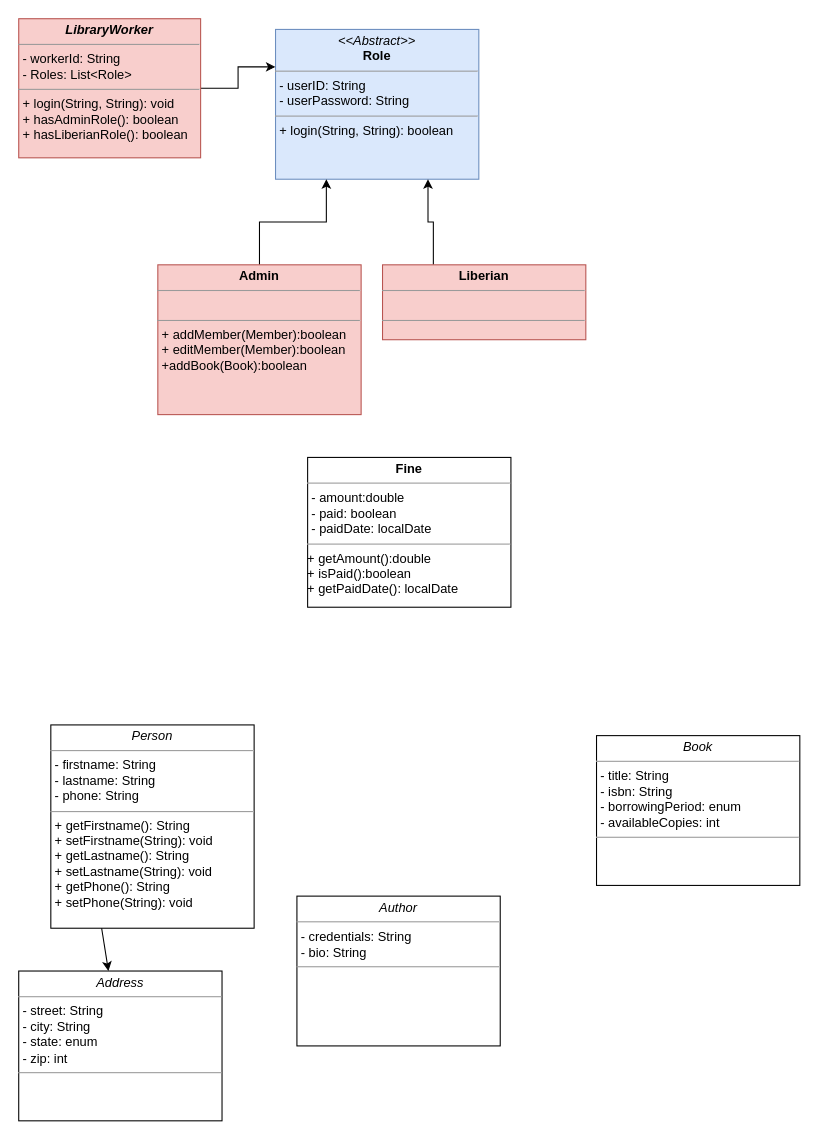
This is Untitled Diagram.drawio from megaunknown/UML, a draw.io file, before an edit. Source tidied: cells renumbered, new cells numbered last; positions are measured from the earlier drawing's top-left corner, leaving out a move shared by most shapes. Both pictures are drawn from the tidied source at 107%, with x=0, y=0 at pixel (18, 18).
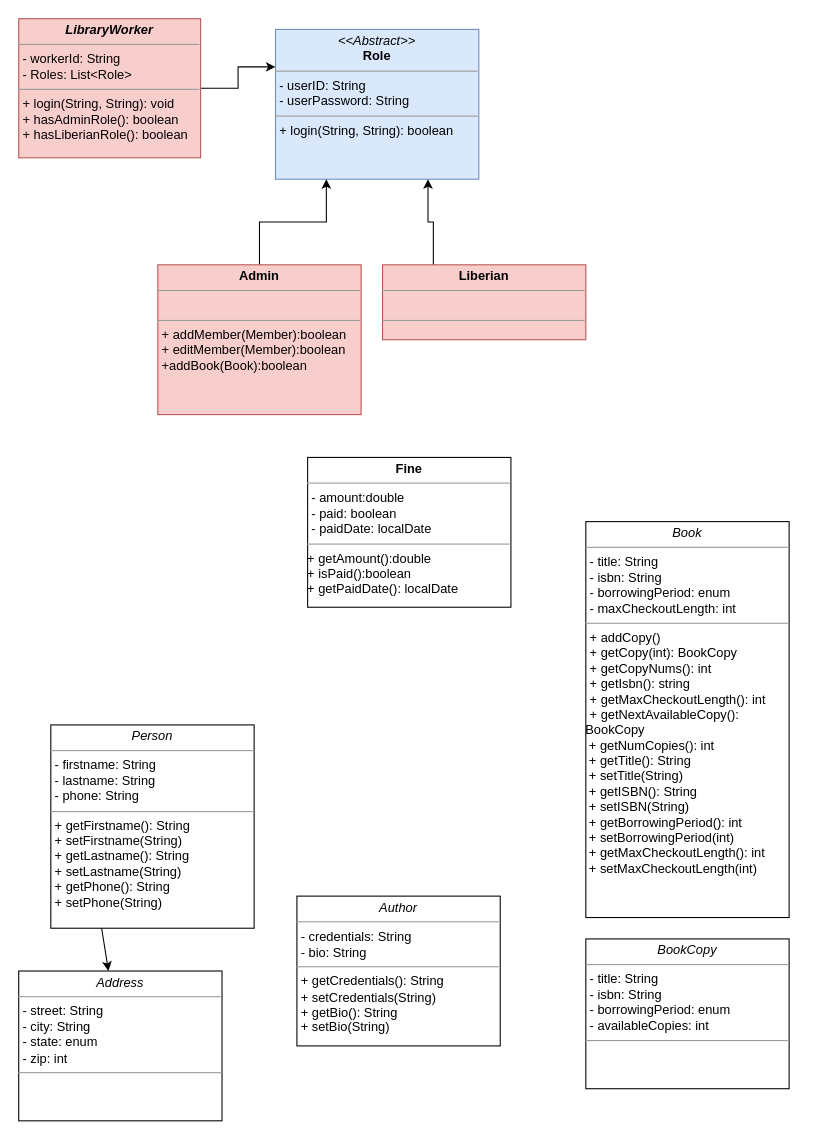
After the change.

What changed in the source:
```diff
@@
 <mxGraphModel>
   <root>
     <mxCell id="0" />
     <mxCell id="1" parent="0" />
     <mxCell id="2" value="&lt;p style=&quot;margin: 0px ; margin-top: 4px ; text-align: center&quot;&gt;&lt;i&gt;&amp;lt;&amp;lt;Abstract&amp;gt;&amp;gt;&lt;/i&gt;&lt;br&gt;&lt;b&gt;Role&lt;/b&gt;&lt;/p&gt;&lt;hr size=&quot;1&quot;&gt;&lt;p style=&quot;margin: 0px ; margin-left: 4px&quot;&gt;- userID: String&lt;br&gt;- userPassword: String&lt;/p&gt;&lt;hr size=&quot;1&quot;&gt;&lt;p style=&quot;margin: 0px ; margin-left: 4px&quot;&gt;+ login(String, String): boolean&lt;br&gt;&lt;/p&gt;" style="verticalAlign=top;align=left;overflow=fill;fontSize=12;fontFamily=Helvetica;html=1;rounded=0;shadow=0;comic=0;labelBackgroundColor=none;strokeWidth=1;fillColor=#dae8fc;strokeColor=#6c8ebf;" parent="1" vertex="1">
       <mxGeometry x="240" y="10" width="190" height="140" as="geometry" />
     </mxCell>
     <mxCell id="3" style="edgeStyle=orthogonalEdgeStyle;rounded=0;jettySize=auto;html=1;exitX=0.5;exitY=0;exitDx=0;exitDy=0;entryX=0.25;entryY=1;entryDx=0;entryDy=0;" parent="1" edge="1" source="4" target="2">
       <mxGeometry relative="1" as="geometry" />
     </mxCell>
     <mxCell id="4" value="&lt;p style=&quot;margin: 0px ; margin-top: 4px ; text-align: center&quot;&gt;&lt;b&gt;Admin&lt;/b&gt;&lt;/p&gt;&lt;hr size=&quot;1&quot;&gt;&lt;p style=&quot;margin: 0px ; margin-left: 4px&quot;&gt;&lt;br&gt;&lt;/p&gt;&lt;hr size=&quot;1&quot;&gt;&lt;p style=&quot;margin: 0px ; margin-left: 4px&quot;&gt;+ addMember(Member):boolean&lt;/p&gt;&lt;p style=&quot;margin: 0px ; margin-left: 4px&quot;&gt;+ editMember(Member):boolean&lt;/p&gt;&lt;p style=&quot;margin: 0px ; margin-left: 4px&quot;&gt;+addBook(Book):boolean&lt;/p&gt;&lt;p style=&quot;margin: 0px ; margin-left: 4px&quot;&gt;&lt;br&gt;&lt;/p&gt;" style="verticalAlign=top;align=left;overflow=fill;fontSize=12;fontFamily=Helvetica;html=1;rounded=0;shadow=0;comic=0;labelBackgroundColor=none;strokeWidth=1;fillColor=#f8cecc;strokeColor=#b85450;" parent="1" vertex="1">
       <mxGeometry x="130" y="230" width="190" height="140" as="geometry" />
     </mxCell>
-    <mxCell id="5" value="&lt;p style=&quot;margin: 0px ; margin-top: 4px ; text-align: center&quot;&gt;&lt;i&gt;Book&lt;/i&gt;&lt;/p&gt;&lt;hr size=&quot;1&quot;&gt;&lt;p style=&quot;margin: 0px ; margin-left: 4px&quot;&gt;- title: String&lt;br&gt;- isbn: String&lt;/p&gt;&lt;p style=&quot;margin: 0px ; margin-left: 4px&quot;&gt;- borrowingPeriod: enum&lt;/p&gt;&lt;p style=&quot;margin: 0px ; margin-left: 4px&quot;&gt;- availableCopies: int&lt;/p&gt;&lt;hr size=&quot;1&quot;&gt;&lt;p style=&quot;margin: 0px ; margin-left: 4px&quot;&gt;&lt;br&gt;&lt;/p&gt;" style="verticalAlign=top;align=left;overflow=fill;fontSize=12;fontFamily=Helvetica;html=1;rounded=0;shadow=0;comic=0;labelBackgroundColor=none;strokeWidth=1;" parent="1" vertex="1">
-      <mxGeometry x="540" y="670" width="190" height="140" as="geometry" />
+    <mxCell id="5" value="&lt;p style=&quot;margin: 0px ; margin-top: 4px ; text-align: center&quot;&gt;&lt;i&gt;Book&lt;/i&gt;&lt;/p&gt;&lt;hr size=&quot;1&quot;&gt;&lt;p style=&quot;margin: 0px ; margin-left: 4px&quot;&gt;- title: String&lt;br&gt;- isbn: String&lt;/p&gt;&lt;p style=&quot;margin: 0px ; margin-left: 4px&quot;&gt;- borrowingPeriod: enum&lt;/p&gt;&lt;p style=&quot;margin: 0px ; margin-left: 4px&quot;&gt;-&amp;nbsp;maxCheckoutLength: int&lt;/p&gt;&lt;hr size=&quot;1&quot;&gt;&lt;p style=&quot;margin: 0px ; margin-left: 4px&quot;&gt;+ addCopy()&lt;/p&gt;&lt;p style=&quot;margin: 0px ; margin-left: 4px&quot;&gt;+ getCopy(int): BookCopy&lt;/p&gt;&lt;p style=&quot;margin: 0px ; margin-left: 4px&quot;&gt;+ getCopyNums(): int&lt;br&gt;&lt;/p&gt;&lt;p style=&quot;margin: 0px ; margin-left: 4px&quot;&gt;+&amp;nbsp;getIsbn(): string&lt;/p&gt;&lt;p style=&quot;margin: 0px ; margin-left: 4px&quot;&gt;+&amp;nbsp;getMaxCheckoutLength(): int&lt;/p&gt;&lt;p style=&quot;margin: 0px ; margin-left: 4px&quot;&gt;+ getNextAvailableCopy():&amp;nbsp;&lt;/p&gt;BookCopy&amp;nbsp;&lt;br&gt;&amp;nbsp;+&amp;nbsp;getNumCopies(): int&lt;br&gt;&amp;nbsp;+&amp;nbsp;getTitle(): String&lt;br&gt;&amp;nbsp;+&amp;nbsp;setTitle(String)&amp;nbsp;&lt;br&gt;&amp;nbsp;+&amp;nbsp;getISBN(): String&lt;br&gt;&amp;nbsp;+&amp;nbsp;setISBN(String)&amp;nbsp;&lt;br&gt;&amp;nbsp;+&amp;nbsp;getBorrowingPeriod(): int&lt;br&gt;&amp;nbsp;+ setBorrowingPeriod(int)&amp;nbsp;&lt;br&gt;&amp;nbsp;+&amp;nbsp;getMaxCheckoutLength(): int&lt;br&gt;&amp;nbsp;+ setMaxCheckoutLength(int)&amp;nbsp;" style="verticalAlign=top;align=left;overflow=fill;fontSize=12;fontFamily=Helvetica;html=1;rounded=0;shadow=0;comic=0;labelBackgroundColor=none;strokeWidth=1;" parent="1" vertex="1">
+      <mxGeometry x="530" y="470" width="190" height="370" as="geometry" />
     </mxCell>
     <mxCell id="6" style="edgeStyle=orthogonalEdgeStyle;rounded=0;jettySize=auto;html=1;exitX=0.25;exitY=0;exitDx=0;exitDy=0;entryX=0.75;entryY=1;entryDx=0;entryDy=0;" parent="1" edge="1" source="8" target="2">
       <mxGeometry relative="1" as="geometry" />
     </mxCell>
-    <mxCell id="7" value="&lt;p style=&quot;margin: 0px ; margin-top: 4px ; text-align: center&quot;&gt;&lt;i&gt;Person&lt;/i&gt;&lt;br&gt;&lt;/p&gt;&lt;hr size=&quot;1&quot;&gt;&lt;p style=&quot;margin: 0px ; margin-left: 4px&quot;&gt;- firstname: String&lt;br&gt;- lastname: String&lt;/p&gt;&lt;p style=&quot;margin: 0px ; margin-left: 4px&quot;&gt;- phone: String&lt;br&gt;&lt;/p&gt;&lt;hr size=&quot;1&quot;&gt;&lt;p style=&quot;margin: 0px ; margin-left: 4px&quot;&gt;+ getFirstname(): String&lt;/p&gt;&lt;p style=&quot;margin: 0px ; margin-left: 4px&quot;&gt;+ setFirstname(String): void&lt;br&gt;&lt;/p&gt;&lt;p style=&quot;margin: 0px 0px 0px 4px&quot;&gt;+ getLastname(): String&lt;/p&gt;&lt;p style=&quot;margin: 0px 0px 0px 4px&quot;&gt;+ setLastname(String): void&lt;br&gt;&lt;/p&gt;&lt;p style=&quot;margin: 0px 0px 0px 4px&quot;&gt;+ getPhone(): String&lt;/p&gt;&lt;p style=&quot;margin: 0px 0px 0px 4px&quot;&gt;+ setPhone(String): void&lt;/p&gt;&lt;p style=&quot;margin: 0px 0px 0px 4px&quot;&gt;&lt;br&gt;&lt;/p&gt;" style="verticalAlign=top;align=left;overflow=fill;fontSize=12;fontFamily=Helvetica;html=1;rounded=0;shadow=0;comic=0;labelBackgroundColor=none;strokeWidth=1;" parent="1" vertex="1">
+    <mxCell id="7" value="&lt;p style=&quot;margin: 0px ; margin-top: 4px ; text-align: center&quot;&gt;&lt;i&gt;Person&lt;/i&gt;&lt;br&gt;&lt;/p&gt;&lt;hr size=&quot;1&quot;&gt;&lt;p style=&quot;margin: 0px ; margin-left: 4px&quot;&gt;- firstname: String&lt;br&gt;- lastname: String&lt;/p&gt;&lt;p style=&quot;margin: 0px ; margin-left: 4px&quot;&gt;- phone: String&lt;br&gt;&lt;/p&gt;&lt;hr size=&quot;1&quot;&gt;&lt;p style=&quot;margin: 0px ; margin-left: 4px&quot;&gt;+ getFirstname(): String&lt;/p&gt;&lt;p style=&quot;margin: 0px ; margin-left: 4px&quot;&gt;+ setFirstname(String)&lt;br&gt;&lt;/p&gt;&lt;p style=&quot;margin: 0px 0px 0px 4px&quot;&gt;+ getLastname(): String&lt;/p&gt;&lt;p style=&quot;margin: 0px 0px 0px 4px&quot;&gt;+ setLastname(String)&lt;br&gt;&lt;/p&gt;&lt;p style=&quot;margin: 0px 0px 0px 4px&quot;&gt;+ getPhone(): String&lt;/p&gt;&lt;p style=&quot;margin: 0px 0px 0px 4px&quot;&gt;+ setPhone(String)&lt;/p&gt;&lt;p style=&quot;margin: 0px 0px 0px 4px&quot;&gt;&lt;br&gt;&lt;/p&gt;" style="verticalAlign=top;align=left;overflow=fill;fontSize=12;fontFamily=Helvetica;html=1;rounded=0;shadow=0;comic=0;labelBackgroundColor=none;strokeWidth=1;" parent="1" vertex="1">
       <mxGeometry x="30" y="660" width="190" height="190" as="geometry" />
     </mxCell>
     <mxCell id="8" value="&lt;p style=&quot;margin: 0px ; margin-top: 4px ; text-align: center&quot;&gt;&lt;b&gt;Liberian&lt;/b&gt;&lt;/p&gt;&lt;hr size=&quot;1&quot;&gt;&lt;p style=&quot;margin: 0px ; margin-left: 4px&quot;&gt;&lt;br&gt;&lt;/p&gt;&lt;hr size=&quot;1&quot;&gt;&lt;p style=&quot;margin: 0px ; margin-left: 4px&quot;&gt;&lt;br&gt;&lt;/p&gt;" style="verticalAlign=top;align=left;overflow=fill;fontSize=12;fontFamily=Helvetica;html=1;rounded=0;shadow=0;comic=0;labelBackgroundColor=none;strokeWidth=1;fillColor=#f8cecc;strokeColor=#b85450;" parent="1" vertex="1">
       <mxGeometry x="340" y="230" width="190" height="70" as="geometry" />
     </mxCell>
     <mxCell id="9" value="&lt;p style=&quot;margin: 0px ; margin-top: 4px ; text-align: center&quot;&gt;&lt;i&gt;Address&lt;/i&gt;&lt;/p&gt;&lt;hr size=&quot;1&quot;&gt;&lt;p style=&quot;margin: 0px ; margin-left: 4px&quot;&gt;- street: String&lt;br&gt;- city: String&lt;/p&gt;&lt;p style=&quot;margin: 0px ; margin-left: 4px&quot;&gt;- state: enum&lt;/p&gt;&lt;p style=&quot;margin: 0px ; margin-left: 4px&quot;&gt;- zip: int&lt;/p&gt;&lt;hr size=&quot;1&quot;&gt;&lt;p style=&quot;margin: 0px ; margin-left: 4px&quot;&gt;&lt;br&gt;&lt;/p&gt;" style="verticalAlign=top;align=left;overflow=fill;fontSize=12;fontFamily=Helvetica;html=1;rounded=0;shadow=0;comic=0;labelBackgroundColor=none;strokeWidth=1;" parent="1" vertex="1">
       <mxGeometry y="890" width="190" height="140" as="geometry" />
     </mxCell>
     <mxCell id="10" style="edgeStyle=orthogonalEdgeStyle;rounded=0;jettySize=auto;html=1;exitX=1;exitY=0.5;exitDx=0;exitDy=0;entryX=0;entryY=0.25;entryDx=0;entryDy=0;" parent="1" edge="1" source="12" target="2">
       <mxGeometry relative="1" as="geometry" />
     </mxCell>
     <mxCell id="11" style="endArrow=classic;html=1;exitX=0.25;exitY=1;exitDx=0;exitDy=0;" parent="1" edge="1" source="7" target="9">
       <mxGeometry relative="1" as="geometry" />
     </mxCell>
     <mxCell id="12" value="&lt;p style=&quot;margin: 0px ; margin-top: 4px ; text-align: center&quot;&gt;&lt;i&gt;&lt;b&gt;LibraryWorker&lt;/b&gt;&lt;/i&gt;&lt;/p&gt;&lt;hr size=&quot;1&quot;&gt;&lt;p style=&quot;margin: 0px ; margin-left: 4px&quot;&gt;- workerId: String&lt;br&gt;- Roles: List&amp;lt;Role&amp;gt;&lt;/p&gt;&lt;hr size=&quot;1&quot;&gt;&lt;p style=&quot;margin: 0px ; margin-left: 4px&quot;&gt;+ login(String, String): void&lt;br&gt;+ hasAdminRole(): boolean&lt;/p&gt;&lt;p style=&quot;margin: 0px ; margin-left: 4px&quot;&gt;+ hasLiberianRole(): boolean&lt;br&gt;&lt;/p&gt;&lt;p style=&quot;margin: 0px ; margin-left: 4px&quot;&gt;&lt;br&gt;&lt;/p&gt;" style="verticalAlign=top;align=left;overflow=fill;fontSize=12;fontFamily=Helvetica;html=1;rounded=0;shadow=0;comic=0;labelBackgroundColor=none;strokeWidth=1;fillColor=#f8cecc;strokeColor=#b85450;" parent="1" vertex="1">
       <mxGeometry width="170" height="130" as="geometry" />
     </mxCell>
-    <mxCell id="13" value="&lt;p style=&quot;margin: 0px ; margin-top: 4px ; text-align: center&quot;&gt;&lt;i&gt;Author&lt;/i&gt;&lt;/p&gt;&lt;hr size=&quot;1&quot;&gt;&lt;p style=&quot;margin: 0px ; margin-left: 4px&quot;&gt;- credentials: String&lt;br&gt;- bio: String&lt;/p&gt;&lt;hr size=&quot;1&quot;&gt;&lt;p style=&quot;margin: 0px ; margin-left: 4px&quot;&gt;&lt;br&gt;&lt;/p&gt;" style="verticalAlign=top;align=left;overflow=fill;fontSize=12;fontFamily=Helvetica;html=1;rounded=0;shadow=0;comic=0;labelBackgroundColor=none;strokeWidth=1;" parent="1" vertex="1">
+    <mxCell id="13" value="&lt;p style=&quot;margin: 0px ; margin-top: 4px ; text-align: center&quot;&gt;&lt;i&gt;Author&lt;/i&gt;&lt;/p&gt;&lt;hr size=&quot;1&quot;&gt;&lt;p style=&quot;margin: 0px ; margin-left: 4px&quot;&gt;- credentials: String&lt;br&gt;- bio: String&lt;/p&gt;&lt;hr size=&quot;1&quot;&gt;&lt;p style=&quot;margin: 0px 0px 0px 4px&quot;&gt;+ getCredentials(): String&lt;/p&gt;&lt;p style=&quot;margin: 0px 0px 0px 4px&quot;&gt;+ setCredentials(String)&lt;/p&gt;&lt;p style=&quot;margin: 0px 0px 0px 4px&quot;&gt;+ getBio(): String&lt;/p&gt;&lt;p style=&quot;margin: 0px 0px 0px 4px&quot;&gt;+ setBio(String)&lt;/p&gt;" style="verticalAlign=top;align=left;overflow=fill;fontSize=12;fontFamily=Helvetica;html=1;rounded=0;shadow=0;comic=0;labelBackgroundColor=none;strokeWidth=1;" parent="1" vertex="1">
       <mxGeometry x="260" y="820" width="190" height="140" as="geometry" />
     </mxCell>
+    <mxCell id="15" value="&lt;p style=&quot;margin: 0px ; margin-top: 4px ; text-align: center&quot;&gt;&lt;i&gt;BookCopy&lt;/i&gt;&lt;/p&gt;&lt;hr size=&quot;1&quot;&gt;&lt;p style=&quot;margin: 0px ; margin-left: 4px&quot;&gt;- title: String&lt;br&gt;- isbn: String&lt;/p&gt;&lt;p style=&quot;margin: 0px ; margin-left: 4px&quot;&gt;- borrowingPeriod: enum&lt;/p&gt;&lt;p style=&quot;margin: 0px ; margin-left: 4px&quot;&gt;- availableCopies: int&lt;/p&gt;&lt;hr size=&quot;1&quot;&gt;&lt;p style=&quot;margin: 0px ; margin-left: 4px&quot;&gt;&lt;br&gt;&lt;/p&gt;" style="verticalAlign=top;align=left;overflow=fill;fontSize=12;fontFamily=Helvetica;html=1;rounded=0;shadow=0;comic=0;labelBackgroundColor=none;strokeWidth=1;" parent="1" vertex="1">
+      <mxGeometry x="530" y="860" width="190" height="140" as="geometry" />
+    </mxCell>
     <mxCell id="14" value="&lt;p style=&quot;margin: 0px ; margin-top: 4px ; text-align: center&quot;&gt;&lt;b&gt;Fine&lt;/b&gt;&lt;/p&gt;&lt;hr size=&quot;1&quot;&gt;&lt;p style=&quot;margin: 0px ; margin-left: 4px&quot;&gt;- amount:double&lt;/p&gt;&lt;p style=&quot;margin: 0px ; margin-left: 4px&quot;&gt;- paid: boolean&lt;/p&gt;&lt;p style=&quot;margin: 0px ; margin-left: 4px&quot;&gt;- paidDate: localDate&lt;br&gt;&lt;/p&gt;&lt;hr size=&quot;1&quot;&gt;&lt;div&gt;+ getAmount():double&lt;/div&gt;&lt;div&gt;+ isPaid():boolean&lt;/div&gt;&lt;div&gt;+ getPaidDate(): localDate&lt;br&gt;&lt;/div&gt;" style="verticalAlign=top;align=left;overflow=fill;fontSize=12;fontFamily=Helvetica;html=1;rounded=0;shadow=0;comic=0;labelBackgroundColor=none;strokeWidth=1;" parent="1" vertex="1">
       <mxGeometry x="270" y="410" width="190" height="140" as="geometry" />
     </mxCell>
   </root>
 </mxGraphModel>
```
